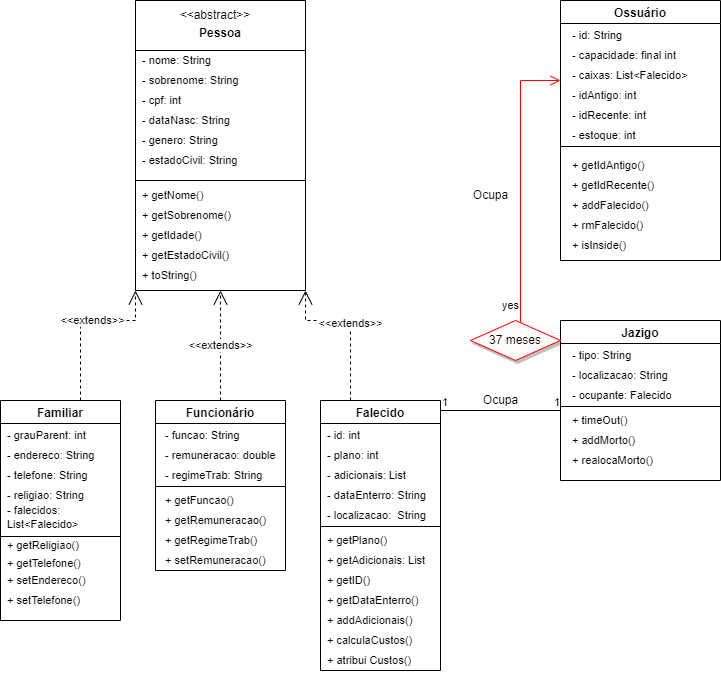
Before: Diagrama_cemiterio.png, a diagram exported from draw.io (cemiterioPOO/Cemiterio). Source tidied: cells renumbered, new cells last; positions are measured from the earlier drawing's top-left corner, leaving out a move shared by most shapes.
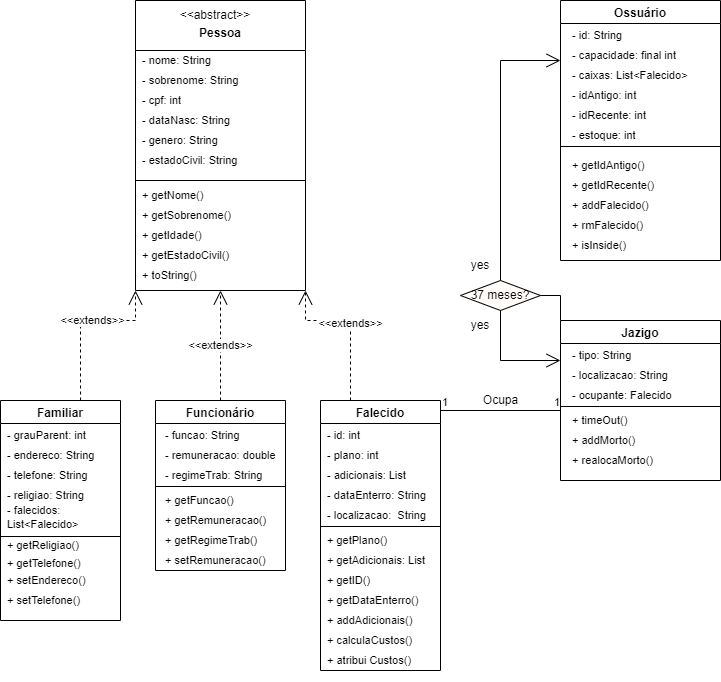
Above is the later version.

What changed in the source:
```diff
@@ -247,19 +247,32 @@
     <mxCell id="77" value="Ocupa" style="text;html=1;align=center;verticalAlign=middle;strokeColor=none;fillColor=none;" parent="1" vertex="1">
       <mxGeometry x="470" y="385" width="60" height="30" as="geometry" />
     </mxCell>
-    <mxCell id="78" value="37 meses" style="rhombus;whiteSpace=wrap;html=1;fillColor=#FFFCFA;strokeColor=#ff0000;shadow=1;" parent="1" vertex="1">
-      <mxGeometry x="470" y="320" width="90" height="40" as="geometry" />
-    </mxCell>
-    <mxCell id="79" value="yes" style="edgeStyle=orthogonalEdgeStyle;html=1;align=left;verticalAlign=top;endArrow=open;endSize=8;strokeColor=#ff0000;rounded=0;fillColor=#000000;" parent="1" edge="1" source="78">
-      <mxGeometry x="-0.79" y="20" relative="1" as="geometry">
-        <mxPoint x="560" y="80" as="targetPoint" />
-        <Array as="points">
-          <mxPoint x="520" y="80" />
-        </Array>
-      </mxGeometry>
-    </mxCell>
-    <mxCell id="80" value="Ocupa" style="text;html=1;align=center;verticalAlign=middle;strokeColor=none;fillColor=none;rotation=0;" parent="1" vertex="1">
-      <mxGeometry x="460" y="180" width="60" height="30" as="geometry" />
-    </mxCell>
+    <mxCell id="81" value="37 meses?" style="shape=rhombus;perimeter=rhombusPerimeter;whiteSpace=wrap;html=1;align=center;shadow=0;fillColor=#FFFCFA;" parent="1" vertex="1">
+      <mxGeometry x="460" y="280" width="80" height="30" as="geometry" />
+    </mxCell>
+    <mxCell id="82" style="endArrow=open;endFill=1;endSize=12;html=1;rounded=0;fillColor=#000000;exitX=0.5;exitY=0;exitDx=0;exitDy=0;" parent="1" edge="1" source="81">
+      <mxGeometry relative="1" as="geometry">
+        <mxPoint x="560" y="60" as="targetPoint" />
+        <Array as="points">
+          <mxPoint x="500" y="60" />
+        </Array>
+      </mxGeometry>
+    </mxCell>
+    <mxCell id="83" style="endArrow=none;html=1;edgeStyle=orthogonalEdgeStyle;rounded=0;fillColor=#000000;entryX=0;entryY=0;entryDx=0;entryDy=0;exitX=1;exitY=0.5;exitDx=0;exitDy=0;" parent="1" edge="1" source="81" target="16">
+      <mxGeometry relative="1" as="geometry" />
+    </mxCell>
+    <mxCell id="84" value="yes" style="text;html=1;strokeColor=none;fillColor=none;align=center;verticalAlign=middle;whiteSpace=wrap;rounded=0;shadow=0;" parent="1" vertex="1">
+      <mxGeometry x="450" y="250" width="60" height="30" as="geometry" />
+    </mxCell>
+    <mxCell id="85" style="endArrow=open;endFill=1;endSize=12;html=1;rounded=0;fillColor=#000000;exitX=0.5;exitY=1;exitDx=0;exitDy=0;entryX=0;entryY=0.25;entryDx=0;entryDy=0;" parent="1" edge="1" source="81" target="16">
+      <mxGeometry relative="1" as="geometry">
+        <Array as="points">
+          <mxPoint x="500" y="360" />
+        </Array>
+      </mxGeometry>
+    </mxCell>
+    <mxCell id="86" value="yes" style="text;html=1;strokeColor=none;fillColor=none;align=center;verticalAlign=middle;whiteSpace=wrap;rounded=0;shadow=0;" parent="1" vertex="1">
+      <mxGeometry x="450" y="310" width="60" height="30" as="geometry" />
+    </mxCell>
   </root>
 </mxGraphModel>
```
